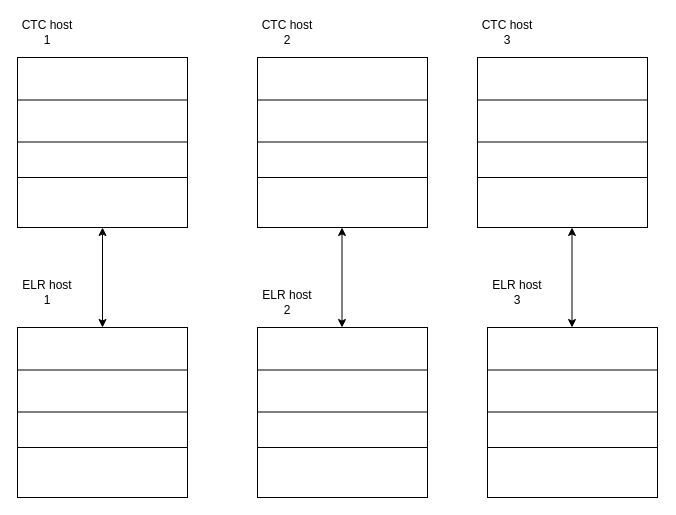
anshuldevmehta/RandomDiagrams keeps this draw.io diagram as Redis Cache Layout.drawio. Above is the earlier version. Source tidied: cells renumbered, new cells numbered last; positions are measured from the earlier drawing's top-left corner, leaving out a move shared by most shapes. Both pictures are drawn from the tidied source at 100%, with x=0, y=0 at pixel (17, 17).
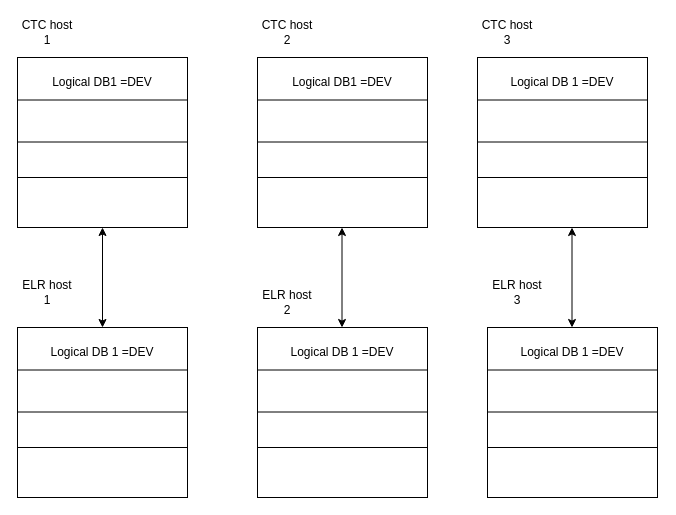
Above is the later version.

Unchanged cells that the change refers to:
```xml
<mxCell id="11" style="group;" parent="1" vertex="1">
  <mxGeometry y="40" width="170" height="170" as="geometry" />
</mxCell>
<mxCell id="16" style="group;" parent="1" vertex="1">
  <mxGeometry y="310" width="170" height="170" as="geometry" />
</mxCell>
<mxCell id="21" style="group;" parent="1" vertex="1">
  <mxGeometry x="240" y="310" width="170" height="170" as="geometry" />
</mxCell>
<mxCell id="26" style="group;" parent="1" vertex="1">
  <mxGeometry x="470" y="310" width="170" height="170" as="geometry" />
</mxCell>
<mxCell id="31" style="group;" parent="1" vertex="1">
  <mxGeometry x="460" y="40" width="170" height="170" as="geometry" />
</mxCell>
<mxCell id="36" style="group;" parent="1" vertex="1">
  <mxGeometry x="240" y="40" width="170" height="170" as="geometry" />
</mxCell>
```

What changed in the source:
```diff
@@
+    <mxCell id="41" value="Logical DB1 =DEV" style="text;html=1;strokeColor=none;fillColor=none;align=center;verticalAlign=middle;whiteSpace=wrap;rounded=0;" parent="11" vertex="1">
+      <mxGeometry x="10" y="10" width="150" height="30" as="geometry" />
+    </mxCell>
@@
+    <mxCell id="42" value="Logical DB 1 =DEV" style="text;html=1;strokeColor=none;fillColor=none;align=center;verticalAlign=middle;whiteSpace=wrap;rounded=0;" parent="16" vertex="1">
+      <mxGeometry x="10" y="10" width="150" height="30" as="geometry" />
+    </mxCell>
@@
+    <mxCell id="43" value="Logical DB 1 =DEV" style="text;html=1;strokeColor=none;fillColor=none;align=center;verticalAlign=middle;whiteSpace=wrap;rounded=0;" parent="21" vertex="1">
+      <mxGeometry x="10" y="10" width="150" height="30" as="geometry" />
+    </mxCell>
@@
+    <mxCell id="44" value="Logical DB 1 =DEV" style="text;html=1;strokeColor=none;fillColor=none;align=center;verticalAlign=middle;whiteSpace=wrap;rounded=0;" parent="26" vertex="1">
+      <mxGeometry x="10" y="10" width="150" height="30" as="geometry" />
+    </mxCell>
@@
+    <mxCell id="45" value="Logical DB 1 =DEV" style="text;html=1;strokeColor=none;fillColor=none;align=center;verticalAlign=middle;whiteSpace=wrap;rounded=0;" parent="31" vertex="1">
+      <mxGeometry x="10" y="10" width="150" height="30" as="geometry" />
+    </mxCell>
@@
+    <mxCell id="46" value="Logical DB1 =DEV" style="text;html=1;strokeColor=none;fillColor=none;align=center;verticalAlign=middle;whiteSpace=wrap;rounded=0;" parent="36" vertex="1">
+      <mxGeometry x="10" y="10" width="150" height="30" as="geometry" />
+    </mxCell>
```
